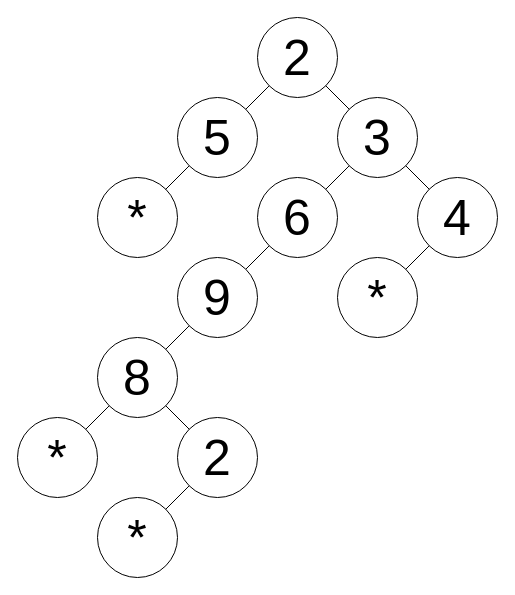
This is page "Brisanje" (2 of 2) of ASP2/Grafovi/ASP2 K2 2016 zadatak 1 stablo.drawio from KockaAdmiralac/ETF, a draw.io file, before an edit. Source tidied: cells renumbered, new cells numbered last; positions are measured from the earlier drawing's top-left corner, leaving out a move shared by most shapes. Both pictures are drawn from the tidied source at 100%, with x=0, y=0 at pixel (17, 17).
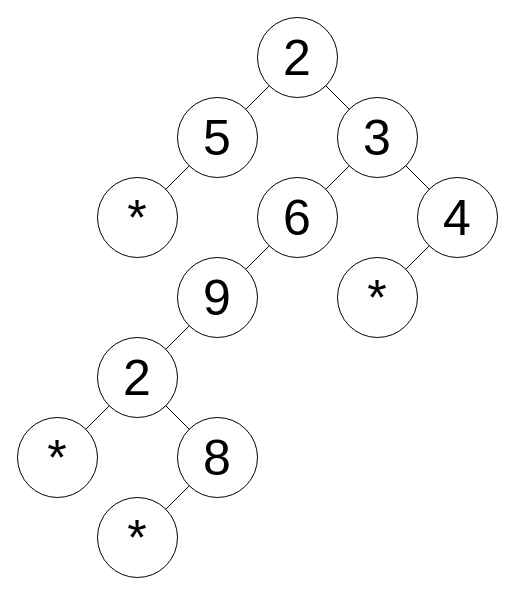
After the change.

The edit, as a diff of the source:
```diff
@@
-    <mxCell id="10" value="&lt;font style=&quot;font-size: 50px&quot;&gt;8&lt;/font&gt;" style="ellipse;whiteSpace=wrap;html=1;" parent="1" vertex="1">
+    <mxCell id="10" value="&lt;font style=&quot;font-size: 50px&quot;&gt;2&lt;/font&gt;" style="ellipse;whiteSpace=wrap;html=1;" parent="1" vertex="1">
       <mxGeometry x="80" y="320" width="80" height="80" as="geometry" />
     </mxCell>
-    <mxCell id="11" value="&lt;font style=&quot;font-size: 50px&quot;&gt;2&lt;/font&gt;" style="ellipse;whiteSpace=wrap;html=1;" parent="1" vertex="1">
+    <mxCell id="11" value="&lt;font style=&quot;font-size: 50px&quot;&gt;8&lt;/font&gt;" style="ellipse;whiteSpace=wrap;html=1;" parent="1" vertex="1">
       <mxGeometry x="160" y="400" width="80" height="80" as="geometry" />
     </mxCell>
```
